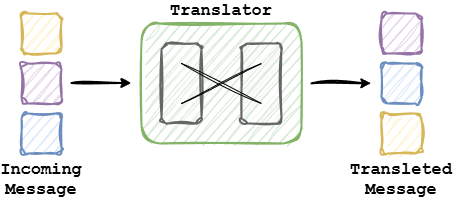
Earlier version of the draw.io export assets/messageTranslator.drawio.png (G4utama/Thesis). Source tidied: cells renumbered, new cells last; positions are measured from the earlier drawing's top-left corner, leaving out a move shared by most shapes.
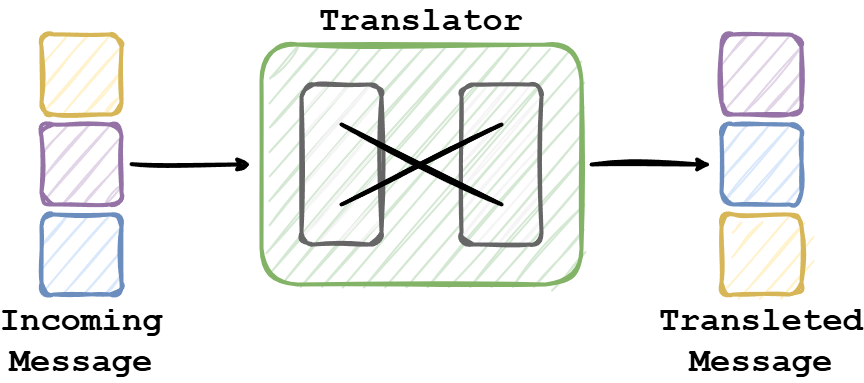
The same diagram one commit later.

The edit, as a diff of the source:
```diff
@@ -2,52 +2,52 @@
   <root>
     <mxCell id="0" />
     <mxCell id="1" parent="0" />
-    <mxCell id="2" style="edgeStyle=none;html=1;strokeWidth=2;sketch=1;curveFitting=1;jiggle=2;" parent="1" edge="1">
+    <mxCell id="2" style="edgeStyle=none;html=1;strokeWidth=4;sketch=1;curveFitting=1;jiggle=2;" parent="1" edge="1">
       <mxGeometry relative="1" as="geometry">
-        <mxPoint x="290" y="69.8" as="sourcePoint" />
-        <mxPoint x="350" y="69.8" as="targetPoint" />
+        <mxPoint x="550" y="130" as="sourcePoint" />
+        <mxPoint x="670" y="130" as="targetPoint" />
       </mxGeometry>
     </mxCell>
-    <mxCell id="3" style="rounded=1;whiteSpace=wrap;html=1;fillColor=#fff2cc;strokeColor=#d6b656;strokeWidth=2;labelPosition=center;verticalLabelPosition=bottom;align=center;verticalAlign=top;sketch=1;curveFitting=1;jiggle=2;" parent="1" vertex="1">
-      <mxGeometry width="40" height="40" as="geometry" />
+    <mxCell id="3" style="rounded=1;whiteSpace=wrap;html=1;fillColor=#fff2cc;strokeColor=#d6b656;strokeWidth=4;labelPosition=center;verticalLabelPosition=bottom;align=center;verticalAlign=top;sketch=1;curveFitting=1;jiggle=2;" parent="1" vertex="1">
+      <mxGeometry width="80" height="80" as="geometry" />
     </mxCell>
-    <mxCell id="4" style="rounded=1;whiteSpace=wrap;html=1;fillColor=#e1d5e7;strokeColor=#9673a6;strokeWidth=2;labelPosition=center;verticalLabelPosition=bottom;align=center;verticalAlign=top;sketch=1;curveFitting=1;jiggle=2;" parent="1" vertex="1">
-      <mxGeometry x="360" width="40" height="40" as="geometry" />
+    <mxCell id="4" style="rounded=1;whiteSpace=wrap;html=1;fillColor=#e1d5e7;strokeColor=#9673a6;strokeWidth=4;labelPosition=center;verticalLabelPosition=bottom;align=center;verticalAlign=top;sketch=1;curveFitting=1;jiggle=2;" parent="1" vertex="1">
+      <mxGeometry x="680" width="80" height="80" as="geometry" />
     </mxCell>
-    <mxCell id="5" style="edgeStyle=none;html=1;strokeWidth=2;sketch=1;curveFitting=1;jiggle=2;" parent="1" edge="1">
-      <mxGeometry relative="1" as="geometry">
-        <mxPoint x="50" y="69.5" as="sourcePoint" />
-        <mxPoint x="110" y="69.5" as="targetPoint" />
-      </mxGeometry>
-    </mxCell>
-    <mxCell id="6" style="rounded=1;whiteSpace=wrap;html=1;fillColor=#e1d5e7;strokeColor=#9673a6;strokeWidth=2;labelPosition=center;verticalLabelPosition=bottom;align=center;verticalAlign=top;sketch=1;curveFitting=1;jiggle=2;" parent="1" vertex="1">
-      <mxGeometry y="50" width="40" height="40" as="geometry" />
+    <mxCell id="6" style="rounded=1;whiteSpace=wrap;html=1;fillColor=#e1d5e7;strokeColor=#9673a6;strokeWidth=4;labelPosition=center;verticalLabelPosition=bottom;align=center;verticalAlign=top;sketch=1;curveFitting=1;jiggle=2;" parent="1" vertex="1">
+      <mxGeometry y="90" width="80" height="80" as="geometry" />
     </mxCell>
-    <mxCell id="7" value="&lt;font style=&quot;font-size: 17px;&quot; face=&quot;Courier New&quot;&gt;&lt;b&gt;Incoming Message&lt;/b&gt;&lt;/font&gt;" style="rounded=1;whiteSpace=wrap;html=1;fillColor=#dae8fc;strokeColor=#6c8ebf;strokeWidth=2;labelPosition=center;verticalLabelPosition=bottom;align=center;verticalAlign=top;sketch=1;curveFitting=1;jiggle=2;" parent="1" vertex="1">
-      <mxGeometry y="100" width="40" height="40" as="geometry" />
+    <mxCell id="7" value="&lt;font style=&quot;font-size: 34px;&quot; face=&quot;Courier New&quot;&gt;&lt;b style=&quot;&quot;&gt;Incoming Message&lt;/b&gt;&lt;/font&gt;" style="rounded=1;whiteSpace=wrap;html=1;fillColor=#dae8fc;strokeColor=#6c8ebf;strokeWidth=4;labelPosition=center;verticalLabelPosition=bottom;align=center;verticalAlign=top;sketch=1;curveFitting=1;jiggle=2;" parent="1" vertex="1">
+      <mxGeometry y="180" width="80" height="80" as="geometry" />
     </mxCell>
-    <mxCell id="8" style="rounded=1;whiteSpace=wrap;html=1;fillColor=#dae8fc;strokeColor=#6c8ebf;strokeWidth=2;labelPosition=center;verticalLabelPosition=bottom;align=center;verticalAlign=top;sketch=1;curveFitting=1;jiggle=2;fillStyle=auto;" parent="1" vertex="1">
-      <mxGeometry x="360" y="50" width="40" height="40" as="geometry" />
+    <mxCell id="8" style="rounded=1;whiteSpace=wrap;html=1;fillColor=#dae8fc;strokeColor=#6c8ebf;strokeWidth=4;labelPosition=center;verticalLabelPosition=bottom;align=center;verticalAlign=top;sketch=1;curveFitting=1;jiggle=2;fillStyle=auto;" parent="1" vertex="1">
+      <mxGeometry x="680" y="90" width="80" height="80" as="geometry" />
     </mxCell>
-    <mxCell id="9" value="&lt;font style=&quot;font-size: 17px;&quot; face=&quot;Courier New&quot;&gt;&lt;b&gt;Transleted Message&lt;/b&gt;&lt;/font&gt;" style="rounded=1;whiteSpace=wrap;html=1;fillColor=#fff2cc;strokeColor=#d6b656;strokeWidth=2;labelPosition=center;verticalLabelPosition=bottom;align=center;verticalAlign=top;sketch=1;curveFitting=1;jiggle=2;" parent="1" vertex="1">
-      <mxGeometry x="360" y="100" width="40" height="40" as="geometry" />
+    <mxCell id="9" value="&lt;font style=&quot;font-size: 34px;&quot; face=&quot;Courier New&quot;&gt;&lt;b style=&quot;&quot;&gt;Transleted Message&lt;/b&gt;&lt;/font&gt;" style="rounded=1;whiteSpace=wrap;html=1;fillColor=#fff2cc;strokeColor=#d6b656;strokeWidth=4;labelPosition=center;verticalLabelPosition=bottom;align=center;verticalAlign=top;sketch=1;curveFitting=1;jiggle=2;" parent="1" vertex="1">
+      <mxGeometry x="680" y="180" width="80" height="80" as="geometry" />
     </mxCell>
-    <mxCell id="10" value="&lt;font face=&quot;Courier New&quot;&gt;&lt;span style=&quot;font-size: 17px;&quot;&gt;&lt;b&gt;Translator&lt;/b&gt;&lt;/span&gt;&lt;/font&gt;" style="rounded=1;whiteSpace=wrap;html=1;fillColor=#d5e8d4;strokeColor=#82b366;strokeWidth=2;labelPosition=center;verticalLabelPosition=top;align=center;verticalAlign=bottom;sketch=1;curveFitting=1;jiggle=2;gradientColor=none;fillStyle=auto;" parent="1" vertex="1">
-      <mxGeometry x="120" y="10" width="160" height="120" as="geometry" />
+    <mxCell id="10" value="&lt;font style=&quot;font-size: 34px;&quot; face=&quot;Courier New&quot;&gt;&lt;b style=&quot;&quot;&gt;Translator&lt;/b&gt;&lt;/font&gt;" style="rounded=1;whiteSpace=wrap;html=1;fillColor=#d5e8d4;strokeColor=#82b366;strokeWidth=4;labelPosition=center;verticalLabelPosition=top;align=center;verticalAlign=bottom;sketch=1;curveFitting=1;jiggle=2;gradientColor=none;fillStyle=auto;" parent="1" vertex="1">
+      <mxGeometry x="220" y="10" width="320" height="240" as="geometry" />
     </mxCell>
-    <mxCell id="11" value="&lt;span style=&quot;font-family: monospace; font-size: 0px; text-align: start; white-space: nowrap;&quot;&gt;%3CmxGraphModel%3E%3Croot%3E%3CmxCell%20id%3D%220%22%2F%3E%3CmxCell%20id%3D%221%22%20parent%3D%220%22%2F%3E%3CmxCell%20id%3D%222%22%20value%3D%22%22%20style%3D%22rounded%3D1%3BwhiteSpace%3Dwrap%3Bhtml%3D1%3BfillColor%3D%23f5f5f5%3BstrokeColor%3D%23666666%3BstrokeWidth%3D2%3BlabelPosition%3Dcenter%3BverticalLabelPosition%3Dmiddle%3Balign%3Dcenter%3BverticalAlign%3Dmiddle%3Bsketch%3D1%3BcurveFitting%3D1%3Bjiggle%3D2%3BfontColor%3D%23333333%3B%22%20vertex%3D%221%22%20parent%3D%221%22%3E%3CmxGeometry%20x%3D%22220%22%20y%3D%22180%22%20width%3D%2240%22%20height%3D%2240%22%20as%3D%22geometry%22%2F%3E%3C%2FmxCell%3E%3C%2Froot%3E%3C%2FmxGraphModel%3E&lt;/span&gt;" style="rounded=1;whiteSpace=wrap;html=1;fillColor=#f5f5f5;strokeColor=#666666;strokeWidth=2;labelPosition=center;verticalLabelPosition=middle;align=center;verticalAlign=middle;fontColor=#333333;sketch=1;curveFitting=1;jiggle=2;" parent="1" vertex="1">
-      <mxGeometry x="140" y="30" width="40" height="80" as="geometry" />
+    <mxCell id="11" value="&lt;span style=&quot;font-family: monospace; font-size: 0px; text-align: start; white-space: nowrap;&quot;&gt;%3CmxGraphModel%3E%3Croot%3E%3CmxCell%20id%3D%220%22%2F%3E%3CmxCell%20id%3D%221%22%20parent%3D%220%22%2F%3E%3CmxCell%20id%3D%222%22%20value%3D%22%22%20style%3D%22rounded%3D1%3BwhiteSpace%3Dwrap%3Bhtml%3D1%3BfillColor%3D%23f5f5f5%3BstrokeColor%3D%23666666%3BstrokeWidth%3D2%3BlabelPosition%3Dcenter%3BverticalLabelPosition%3Dmiddle%3Balign%3Dcenter%3BverticalAlign%3Dmiddle%3Bsketch%3D1%3BcurveFitting%3D1%3Bjiggle%3D2%3BfontColor%3D%23333333%3B%22%20vertex%3D%221%22%20parent%3D%221%22%3E%3CmxGeometry%20x%3D%22220%22%20y%3D%22180%22%20width%3D%2240%22%20height%3D%2240%22%20as%3D%22geometry%22%2F%3E%3C%2FmxCell%3E%3C%2Froot%3E%3C%2FmxGraphModel%3E&lt;/span&gt;" style="rounded=1;whiteSpace=wrap;html=1;fillColor=#f5f5f5;strokeColor=#666666;strokeWidth=4;labelPosition=center;verticalLabelPosition=middle;align=center;verticalAlign=middle;fontColor=#333333;sketch=1;curveFitting=1;jiggle=2;" parent="1" vertex="1">
+      <mxGeometry x="260" y="50" width="80" height="160" as="geometry" />
     </mxCell>
-    <mxCell id="12" value="&lt;span style=&quot;font-family: monospace; font-size: 0px; text-align: start; white-space: nowrap;&quot;&gt;%3CmxGraphModel%3E%3Croot%3E%3CmxCell%20id%3D%220%22%2F%3E%3CmxCell%20id%3D%221%22%20parent%3D%220%22%2F%3E%3CmxCell%20id%3D%222%22%20value%3D%22%22%20style%3D%22rounded%3D1%3BwhiteSpace%3Dwrap%3Bhtml%3D1%3BfillColor%3D%23f5f5f5%3BstrokeColor%3D%23666666%3BstrokeWidth%3D2%3BlabelPosition%3Dcenter%3BverticalLabelPosition%3Dmiddle%3Balign%3Dcenter%3BverticalAlign%3Dmiddle%3Bsketch%3D1%3BcurveFitting%3D1%3Bjiggle%3D2%3BfontColor%3D%23333333%3B%22%20vertex%3D%221%22%20parent%3D%221%22%3E%3CmxGeometry%20x%3D%22220%22%20y%3D%22180%22%20width%3D%2240%22%20height%3D%2240%22%20as%3D%22geometry%22%2F%3E%3C%2FmxCell%3E%3C%2Froot%3E%3C%2FmxGraphModel%3E&lt;/span&gt;" style="rounded=1;whiteSpace=wrap;html=1;fillColor=#f5f5f5;strokeColor=#666666;strokeWidth=2;labelPosition=center;verticalLabelPosition=middle;align=center;verticalAlign=middle;fontColor=#333333;sketch=1;curveFitting=1;jiggle=2;" parent="1" vertex="1">
-      <mxGeometry x="220" y="30" width="40" height="80" as="geometry" />
+    <mxCell id="12" value="&lt;span style=&quot;font-family: monospace; font-size: 0px; text-align: start; white-space: nowrap;&quot;&gt;%3CmxGraphModel%3E%3Croot%3E%3CmxCell%20id%3D%220%22%2F%3E%3CmxCell%20id%3D%221%22%20parent%3D%220%22%2F%3E%3CmxCell%20id%3D%222%22%20value%3D%22%22%20style%3D%22rounded%3D1%3BwhiteSpace%3Dwrap%3Bhtml%3D1%3BfillColor%3D%23f5f5f5%3BstrokeColor%3D%23666666%3BstrokeWidth%3D2%3BlabelPosition%3Dcenter%3BverticalLabelPosition%3Dmiddle%3Balign%3Dcenter%3BverticalAlign%3Dmiddle%3Bsketch%3D1%3BcurveFitting%3D1%3Bjiggle%3D2%3BfontColor%3D%23333333%3B%22%20vertex%3D%221%22%20parent%3D%221%22%3E%3CmxGeometry%20x%3D%22220%22%20y%3D%22180%22%20width%3D%2240%22%20height%3D%2240%22%20as%3D%22geometry%22%2F%3E%3C%2FmxCell%3E%3C%2Froot%3E%3C%2FmxGraphModel%3E&lt;/span&gt;" style="rounded=1;whiteSpace=wrap;html=1;fillColor=#f5f5f5;strokeColor=#666666;strokeWidth=4;labelPosition=center;verticalLabelPosition=middle;align=center;verticalAlign=middle;fontColor=#333333;sketch=1;curveFitting=1;jiggle=2;" parent="1" vertex="1">
+      <mxGeometry x="420" y="50" width="80" height="160" as="geometry" />
     </mxCell>
-    <mxCell id="13" style="endArrow=none;html=1;sketch=1;curveFitting=1;jiggle=2;exitX=0.5;exitY=0.75;exitDx=0;exitDy=0;exitPerimeter=0;entryX=0.5;entryY=0.25;entryDx=0;entryDy=0;entryPerimeter=0;" parent="1" edge="1" source="11" target="12">
+    <mxCell id="13" style="endArrow=none;html=1;sketch=1;curveFitting=1;jiggle=2;exitX=0.5;exitY=0.75;exitDx=0;exitDy=0;exitPerimeter=0;entryX=0.5;entryY=0.25;entryDx=0;entryDy=0;entryPerimeter=0;strokeWidth=4;" parent="1" edge="1" source="11" target="12">
       <mxGeometry relative="1" as="geometry" />
     </mxCell>
-    <mxCell id="14" style="endArrow=none;html=1;sketch=1;curveFitting=1;jiggle=2;exitX=0.5;exitY=0.75;exitDx=0;exitDy=0;exitPerimeter=0;entryX=0.5;entryY=0.75;entryDx=0;entryDy=0;entryPerimeter=0;" parent="1" edge="1" target="12">
+    <mxCell id="14" style="endArrow=none;html=1;sketch=1;curveFitting=1;jiggle=2;entryX=0.5;entryY=0.75;entryDx=0;entryDy=0;entryPerimeter=0;strokeWidth=4;" parent="1" edge="1" target="12">
       <mxGeometry relative="1" as="geometry">
-        <mxPoint x="160" y="50" as="sourcePoint" />
+        <mxPoint x="300" y="90" as="sourcePoint" />
       </mxGeometry>
     </mxCell>
+    <mxCell id="15" style="edgeStyle=none;html=1;strokeWidth=4;sketch=1;curveFitting=1;jiggle=2;" parent="1" edge="1">
+      <mxGeometry relative="1" as="geometry">
+        <mxPoint x="90" y="129.6" as="sourcePoint" />
+        <mxPoint x="210" y="130" as="targetPoint" />
+      </mxGeometry>
+    </mxCell>
   </root>
 </mxGraphModel>
```
